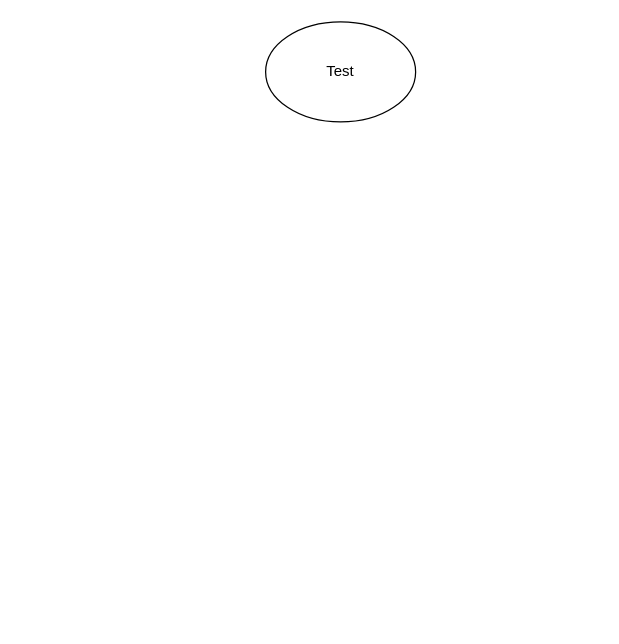
Above: FA.drawio in yoonus-k/CPCS_302_Project (draw.io), before the change. Source tidied: cells renumbered, new cells numbered last; positions are measured from the earlier drawing's top-left corner, leaving out a move shared by most shapes. Both pictures are drawn from the tidied source at 125%, with x=0, y=0 at pixel (265, 21).
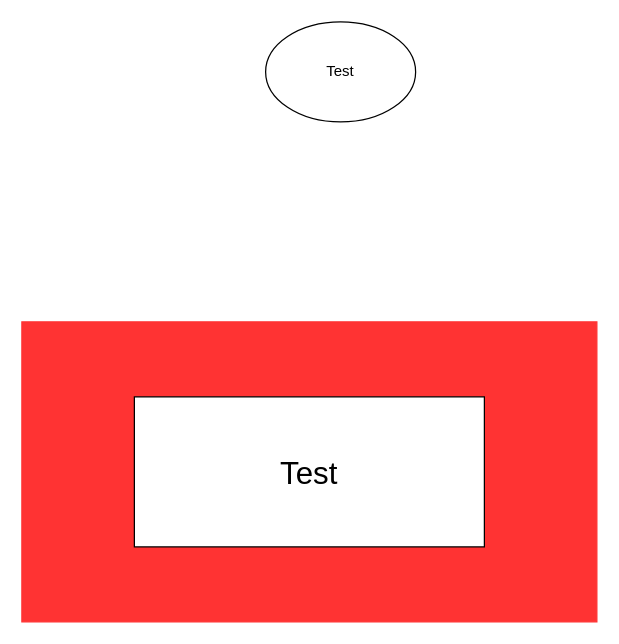
Above is the later version.

Diff of the diagram source:
```diff
@@
 <mxGraphModel>
   <root>
     <mxCell id="0" />
     <mxCell id="1" parent="0" />
+    <mxCell id="3" style="rounded=0;whiteSpace=wrap;html=1;strokeColor=#FF3333;fillColor=#FF3333;" parent="1" vertex="1">
+      <mxGeometry x="-195" y="240" width="460" height="240" as="geometry" />
+    </mxCell>
     <mxCell id="2" value="Test" style="ellipse;whiteSpace=wrap;html=1;" parent="1" vertex="1">
       <mxGeometry width="120" height="80" as="geometry" />
     </mxCell>
+    <mxCell id="4" style="rounded=0;whiteSpace=wrap;html=1;" parent="1" vertex="1">
+      <mxGeometry x="-105" y="300" width="280" height="120" as="geometry" />
+    </mxCell>
+    <mxCell id="5" value="&lt;font style=&quot;font-size: 25px;&quot;&gt;Test&lt;/font&gt;" style="text;html=1;align=center;verticalAlign=middle;whiteSpace=wrap;rounded=0;" parent="1" vertex="1">
+      <mxGeometry x="5" y="345" width="60" height="30" as="geometry" />
+    </mxCell>
   </root>
 </mxGraphModel>
```
